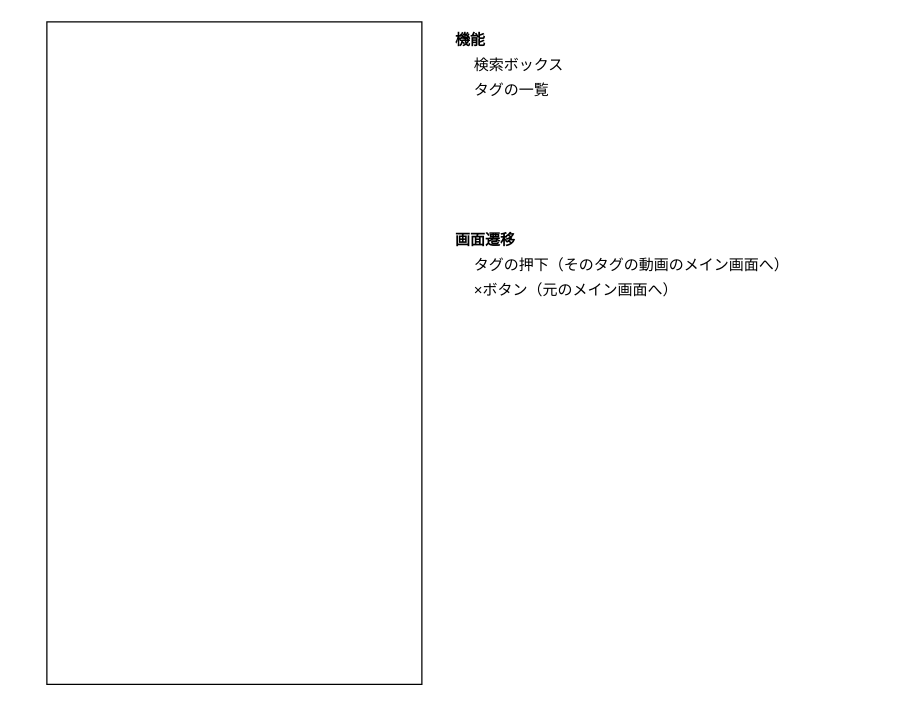
This is 設計/serch.dio from reitosu/ano_video_post, a draw.io file, before an edit. Source tidied: cells renumbered, new cells numbered last; positions are measured from the earlier drawing's top-left corner, leaving out a move shared by most shapes. Both pictures are drawn from the tidied source at 125%, with x=0, y=0 at pixel (46, 21).
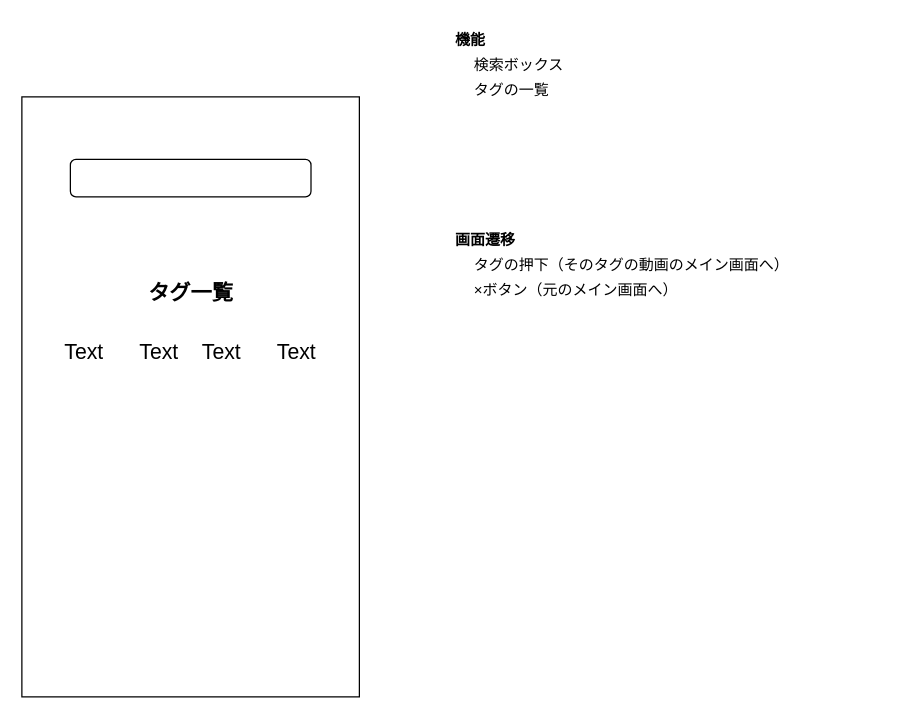
The same diagram, later.

The edit, as a diff of the source:
```diff
@@
 <mxGraphModel>
   <root>
     <mxCell id="0" />
     <mxCell id="1" parent="0" />
-    <mxCell id="2" style="rounded=0;whiteSpace=wrap;html=1;" parent="1" vertex="1">
-      <mxGeometry width="300" height="530" as="geometry" />
+    <mxCell id="2" style="rounded=0;whiteSpace=wrap;html=1;fillColor=none;" parent="1" vertex="1">
+      <mxGeometry x="-20" y="60" width="270" height="480" as="geometry" />
     </mxCell>
     <mxCell id="3" value="&lt;b&gt;機能&lt;/b&gt;" style="text;html=1;strokeColor=none;fillColor=none;align=left;verticalAlign=middle;whiteSpace=wrap;rounded=0;" parent="1" vertex="1">
       <mxGeometry x="325" width="340" height="30" as="geometry" />
     </mxCell>
     <mxCell id="4" value="検索ボックス" style="text;html=1;strokeColor=none;fillColor=none;align=left;verticalAlign=middle;whiteSpace=wrap;rounded=0;" parent="1" vertex="1">
       <mxGeometry x="340" y="20" width="340" height="30" as="geometry" />
     </mxCell>
     <mxCell id="5" value="タグの一覧" style="text;html=1;strokeColor=none;fillColor=none;align=left;verticalAlign=middle;whiteSpace=wrap;rounded=0;" parent="1" vertex="1">
       <mxGeometry x="340" y="40" width="340" height="30" as="geometry" />
     </mxCell>
     <mxCell id="6" value="&lt;b&gt;画面遷移&lt;/b&gt;" style="text;html=1;strokeColor=none;fillColor=none;align=left;verticalAlign=middle;whiteSpace=wrap;rounded=0;" parent="1" vertex="1">
       <mxGeometry x="325" y="160" width="340" height="30" as="geometry" />
     </mxCell>
     <mxCell id="7" value="タグの押下（そのタグの動画のメイン画面へ）" style="text;html=1;strokeColor=none;fillColor=none;align=left;verticalAlign=middle;whiteSpace=wrap;rounded=0;" parent="1" vertex="1">
       <mxGeometry x="340" y="180" width="340" height="30" as="geometry" />
     </mxCell>
     <mxCell id="8" value="×ボタン（元のメイン画面へ）" style="text;html=1;strokeColor=none;fillColor=none;align=left;verticalAlign=middle;whiteSpace=wrap;rounded=0;" parent="1" vertex="1">
       <mxGeometry x="340" y="200" width="340" height="30" as="geometry" />
     </mxCell>
+    <mxCell id="9" style="rounded=1;whiteSpace=wrap;html=1;" parent="1" vertex="1">
+      <mxGeometry x="18.8" y="110" width="192.5" height="30" as="geometry" />
+    </mxCell>
+    <mxCell id="10" value="&lt;font style=&quot;font-size: 17px;&quot;&gt;タグ一覧&lt;/font&gt;" style="text;strokeColor=none;fillColor=none;html=1;fontSize=24;fontStyle=1;verticalAlign=middle;align=center;" parent="1" vertex="1">
+      <mxGeometry x="65" y="195" width="100" height="40" as="geometry" />
+    </mxCell>
+    <mxCell id="11" value="Text" style="text;html=1;strokeColor=none;fillColor=none;align=center;verticalAlign=middle;whiteSpace=wrap;rounded=0;fontSize=17;" parent="1" vertex="1">
+      <mxGeometry y="250" width="60" height="30" as="geometry" />
+    </mxCell>
+    <mxCell id="12" value="Text" style="text;html=1;strokeColor=none;fillColor=none;align=center;verticalAlign=middle;whiteSpace=wrap;rounded=0;fontSize=17;" parent="1" vertex="1">
+      <mxGeometry x="60" y="250" width="60" height="30" as="geometry" />
+    </mxCell>
+    <mxCell id="13" value="Text" style="text;html=1;strokeColor=none;fillColor=none;align=center;verticalAlign=middle;whiteSpace=wrap;rounded=0;fontSize=17;" parent="1" vertex="1">
+      <mxGeometry x="110" y="250" width="60" height="30" as="geometry" />
+    </mxCell>
+    <mxCell id="14" value="Text" style="text;html=1;strokeColor=none;fillColor=none;align=center;verticalAlign=middle;whiteSpace=wrap;rounded=0;fontSize=17;" parent="1" vertex="1">
+      <mxGeometry x="170" y="250" width="60" height="30" as="geometry" />
+    </mxCell>
   </root>
 </mxGraphModel>
```
